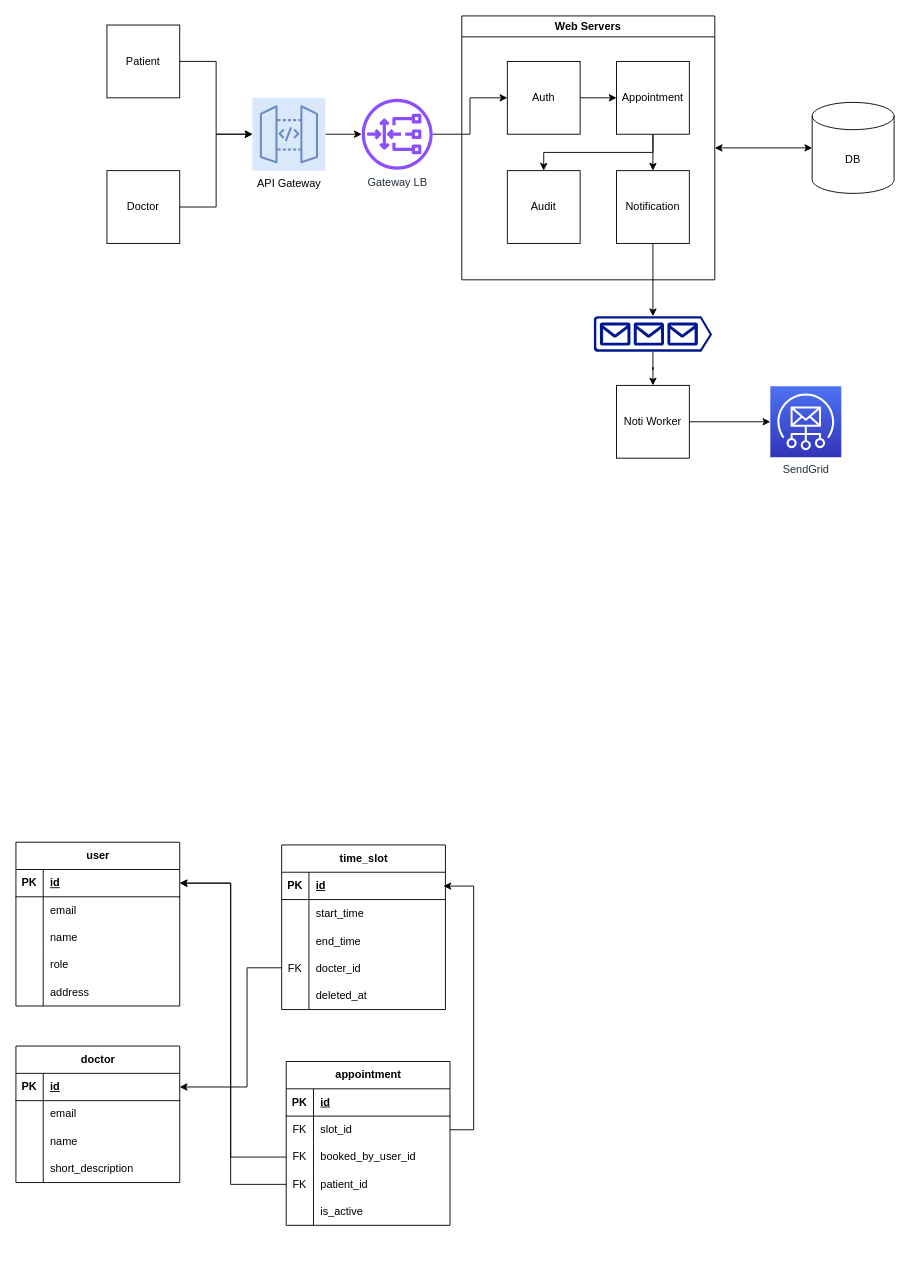
This is projects/clinic_appointment_system/Untitled Diagram.drawio from Nhinlee/system-design-practice, a draw.io file, before an edit. Source tidied: cells renumbered, new cells numbered last; positions are measured from the earlier drawing's top-left corner, leaving out a move shared by most shapes. Both pictures are drawn from the tidied source at 91%, with x=0, y=0 at pixel (15, 15).
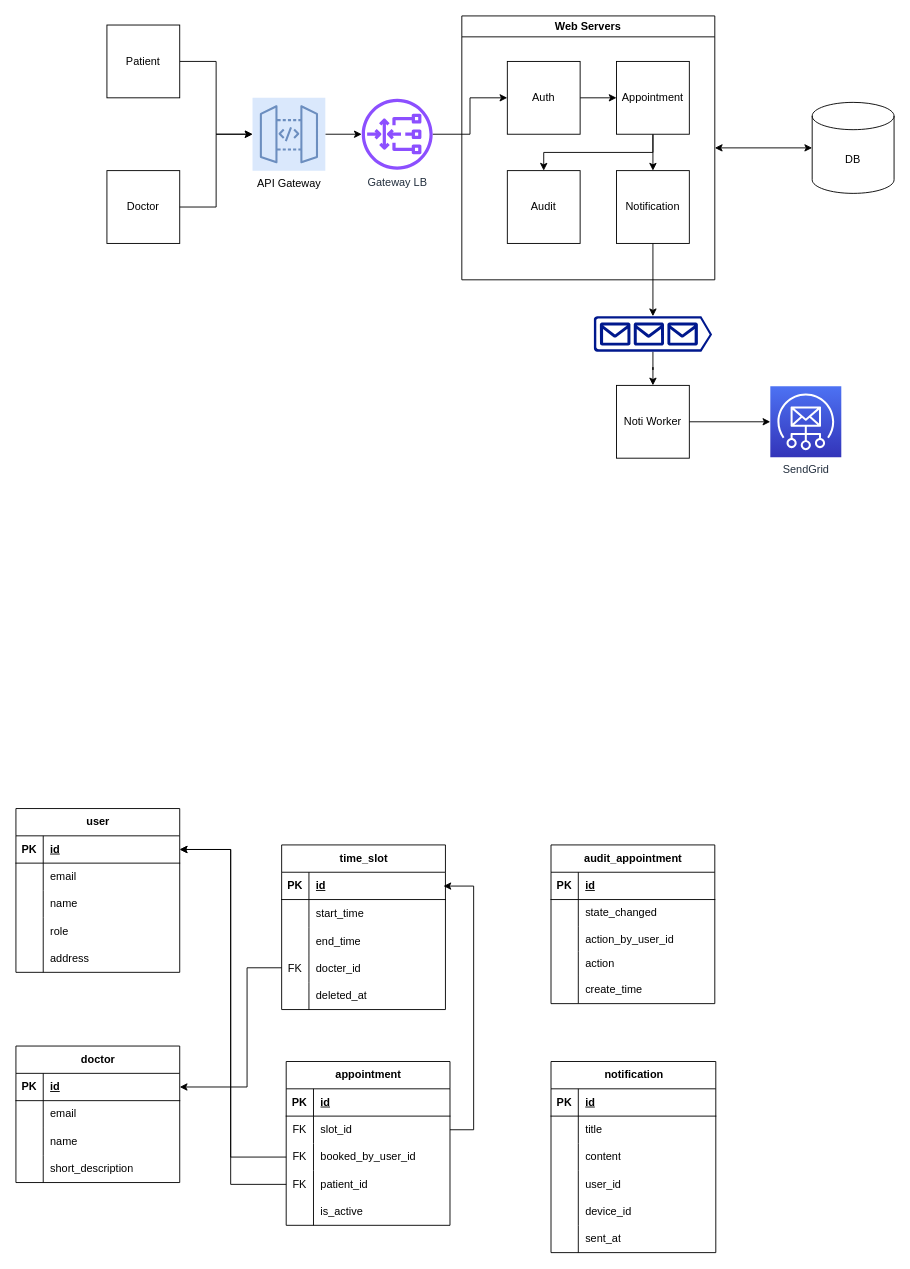
The same page after the edit.

The change refers to these unchanged cells:
```xml
<mxCell id="27" style="shape=tableRow;horizontal=0;startSize=0;swimlaneHead=0;swimlaneBody=0;fillColor=none;points=[[0,0.5],[1,0.5]];portConstraint=eastwest;top=0;left=0;right=0;bottom=1;" parent="26" vertex="1">
  <mxGeometry y="30" width="180" height="30" as="geometry" />
</mxCell>
<mxCell id="39" style="shape=tableRow;horizontal=0;startSize=0;swimlaneHead=0;swimlaneBody=0;fillColor=none;top=0;left=0;right=0;bottom=0;" parent="26" vertex="1">
  <mxGeometry y="150" width="180" height="30" as="geometry" />
</mxCell>
<mxCell id="65" style="shape=tableRow;horizontal=0;startSize=0;swimlaneHead=0;swimlaneBody=0;fillColor=none;points=[[0,0.5],[1,0.5]];portConstraint=eastwest;top=0;left=0;right=0;bottom=0;" parent="58" vertex="1">
  <mxGeometry y="90" width="180" height="30" as="geometry" />
</mxCell>
<mxCell id="68" style="shape=tableRow;horizontal=0;startSize=0;swimlaneHead=0;swimlaneBody=0;fillColor=none;points=[[0,0.5],[1,0.5]];portConstraint=eastwest;top=0;left=0;right=0;bottom=0;" parent="58" vertex="1">
  <mxGeometry y="120" width="180" height="30" as="geometry" />
</mxCell>
```

Change to the diagram source:
```diff
@@
     <mxCell id="26" value="user" style="shape=table;startSize=30;childLayout=tableLayout;rowLines=0;fontStyle=1;align=center;html=1;" parent="1" vertex="1">
-      <mxGeometry y="908" width="180" height="180" as="geometry" />
+      <mxGeometry y="871" width="180" height="180" as="geometry" />
     </mxCell>
@@
-    <mxCell id="40" style="shape=partialRectangle;fillColor=none;top=0;left=0;bottom=0;right=0;overflow=hidden;whiteSpace=wrap;html=1;" parent="39" vertex="1">
-      <mxGeometry width="30" height="30" as="geometry" />
-    </mxCell>
+    <mxCell id="91" style="shape=partialRectangle;fillColor=none;top=0;left=0;bottom=0;right=0;overflow=hidden;whiteSpace=wrap;html=1;" parent="39" vertex="1">
+      <mxGeometry width="30" height="30" as="geometry" />
+    </mxCell>
@@
     <mxCell id="74" style="edgeStyle=orthogonalEdgeStyle;rounded=0;jettySize=auto;html=1;entryX=1;entryY=0.5;entryDx=0;entryDy=0;" parent="1" edge="1" source="68" target="27">
       <mxGeometry relative="1" as="geometry">
         <Array as="points">
           <mxPoint x="236" y="1284" />
-          <mxPoint x="236" y="953" />
+          <mxPoint x="236" y="916" />
         </Array>
       </mxGeometry>
     </mxCell>
     <mxCell id="75" style="edgeStyle=orthogonalEdgeStyle;rounded=0;jettySize=auto;html=1;entryX=1;entryY=0.5;entryDx=0;entryDy=0;" parent="1" edge="1" source="65" target="27">
       <mxGeometry relative="1" as="geometry">
         <Array as="points">
           <mxPoint x="236" y="1254" />
-          <mxPoint x="236" y="953" />
+          <mxPoint x="236" y="916" />
         </Array>
       </mxGeometry>
     </mxCell>
@@
+    <mxCell id="92" value="audit_appointment" style="shape=table;startSize=30;childLayout=tableLayout;rowLines=0;fontStyle=1;align=center;html=1;" parent="1" vertex="1">
+      <mxGeometry x="588" y="911" width="180" height="174.4" as="geometry" />
+    </mxCell>
+    <mxCell id="93" style="shape=tableRow;horizontal=0;startSize=0;swimlaneHead=0;swimlaneBody=0;fillColor=none;top=0;left=0;right=0;bottom=1;" parent="92" vertex="1">
+      <mxGeometry y="30" width="180" height="30" as="geometry" />
+    </mxCell>
+    <mxCell id="94" value="PK" style="shape=partialRectangle;fillColor=none;top=0;left=0;bottom=0;right=0;fontStyle=1;overflow=hidden;whiteSpace=wrap;html=1;" parent="93" vertex="1">
+      <mxGeometry width="30" height="30" as="geometry" />
+    </mxCell>
+    <mxCell id="95" value="id" style="shape=partialRectangle;fillColor=none;top=0;left=0;bottom=0;right=0;align=left;spacingLeft=6;fontStyle=5;overflow=hidden;whiteSpace=wrap;html=1;" parent="93" vertex="1">
+      <mxGeometry x="30" width="150" height="30" as="geometry" />
+    </mxCell>
+    <mxCell id="96" style="shape=tableRow;horizontal=0;startSize=0;swimlaneHead=0;swimlaneBody=0;fillColor=none;top=0;left=0;right=0;bottom=0;" parent="92" vertex="1">
+      <mxGeometry y="60" width="180" height="30" as="geometry" />
+    </mxCell>
+    <mxCell id="97" style="shape=partialRectangle;fillColor=none;top=0;left=0;bottom=0;right=0;overflow=hidden;whiteSpace=wrap;html=1;" parent="96" vertex="1">
+      <mxGeometry width="30" height="30" as="geometry" />
+    </mxCell>
+    <mxCell id="98" value="state_changed" style="shape=partialRectangle;fillColor=none;top=0;left=0;bottom=0;right=0;align=left;spacingLeft=6;overflow=hidden;whiteSpace=wrap;html=1;" parent="96" vertex="1">
+      <mxGeometry x="30" width="150" height="30" as="geometry" />
+    </mxCell>
+    <mxCell id="99" style="shape=tableRow;horizontal=0;startSize=0;swimlaneHead=0;swimlaneBody=0;fillColor=none;top=0;left=0;right=0;bottom=0;" parent="92" vertex="1">
+      <mxGeometry y="90" width="180" height="27" as="geometry" />
+    </mxCell>
+    <mxCell id="100" style="shape=partialRectangle;fillColor=none;top=0;left=0;bottom=0;right=0;overflow=hidden;whiteSpace=wrap;html=1;" parent="99" vertex="1">
+      <mxGeometry width="30" height="27" as="geometry" />
+    </mxCell>
+    <mxCell id="101" value="action_by_user_id" style="shape=partialRectangle;fillColor=none;top=0;left=0;bottom=0;right=0;align=left;spacingLeft=6;overflow=hidden;whiteSpace=wrap;html=1;" parent="99" vertex="1">
+      <mxGeometry x="30" width="150" height="27" as="geometry" />
+    </mxCell>
+    <mxCell id="102" style="shape=tableRow;horizontal=0;startSize=0;swimlaneHead=0;swimlaneBody=0;fillColor=none;top=0;left=0;right=0;bottom=0;" parent="92" vertex="1">
+      <mxGeometry y="117" width="180" height="27" as="geometry" />
+    </mxCell>
+    <mxCell id="103" style="shape=partialRectangle;fillColor=none;top=0;left=0;bottom=0;right=0;overflow=hidden;whiteSpace=wrap;html=1;" parent="102" vertex="1">
+      <mxGeometry width="30" height="27" as="geometry" />
+    </mxCell>
+    <mxCell id="104" value="action" style="shape=partialRectangle;fillColor=none;top=0;left=0;bottom=0;right=0;align=left;spacingLeft=6;overflow=hidden;whiteSpace=wrap;html=1;" parent="102" vertex="1">
+      <mxGeometry x="30" width="150" height="27" as="geometry" />
+    </mxCell>
+    <mxCell id="105" style="shape=tableRow;horizontal=0;startSize=0;swimlaneHead=0;swimlaneBody=0;fillColor=none;top=0;left=0;right=0;bottom=0;" parent="92" vertex="1">
+      <mxGeometry y="144" width="180" height="30" as="geometry" />
+    </mxCell>
+    <mxCell id="106" style="shape=partialRectangle;fillColor=none;top=0;left=0;bottom=0;right=0;overflow=hidden;whiteSpace=wrap;html=1;" parent="105" vertex="1">
+      <mxGeometry width="30" height="30" as="geometry" />
+    </mxCell>
+    <mxCell id="107" value="create_time" style="shape=partialRectangle;fillColor=none;top=0;left=0;bottom=0;right=0;align=left;spacingLeft=6;overflow=hidden;whiteSpace=wrap;html=1;" parent="105" vertex="1">
+      <mxGeometry x="30" width="150" height="30" as="geometry" />
+    </mxCell>
+    <mxCell id="108" value="notification" style="shape=table;startSize=30;childLayout=tableLayout;rowLines=0;fontStyle=1;align=center;html=1;" parent="1" vertex="1">
+      <mxGeometry x="588" y="1149" width="181.1" height="210" as="geometry" />
+    </mxCell>
+    <mxCell id="109" style="shape=tableRow;horizontal=0;startSize=0;swimlaneHead=0;swimlaneBody=0;fillColor=none;top=0;left=0;right=0;bottom=1;" parent="108" vertex="1">
+      <mxGeometry y="30" width="181.1" height="30" as="geometry" />
+    </mxCell>
+    <mxCell id="110" value="PK" style="shape=partialRectangle;fillColor=none;top=0;left=0;bottom=0;right=0;fontStyle=1;overflow=hidden;whiteSpace=wrap;html=1;" parent="109" vertex="1">
+      <mxGeometry width="30" height="30" as="geometry" />
+    </mxCell>
+    <mxCell id="111" value="id" style="shape=partialRectangle;fillColor=none;top=0;left=0;bottom=0;right=0;align=left;spacingLeft=6;fontStyle=5;overflow=hidden;whiteSpace=wrap;html=1;" parent="109" vertex="1">
+      <mxGeometry x="30" width="151.1" height="30" as="geometry" />
+    </mxCell>
+    <mxCell id="112" style="shape=tableRow;horizontal=0;startSize=0;swimlaneHead=0;swimlaneBody=0;fillColor=none;top=0;left=0;right=0;bottom=0;" parent="108" vertex="1">
+      <mxGeometry y="60" width="181.1" height="30" as="geometry" />
+    </mxCell>
+    <mxCell id="113" style="shape=partialRectangle;fillColor=none;top=0;left=0;bottom=0;right=0;overflow=hidden;whiteSpace=wrap;html=1;" parent="112" vertex="1">
+      <mxGeometry width="30" height="30" as="geometry" />
+    </mxCell>
+    <mxCell id="114" value="title" style="shape=partialRectangle;fillColor=none;top=0;left=0;bottom=0;right=0;align=left;spacingLeft=6;overflow=hidden;whiteSpace=wrap;html=1;" parent="112" vertex="1">
+      <mxGeometry x="30" width="151.1" height="30" as="geometry" />
+    </mxCell>
+    <mxCell id="115" style="shape=tableRow;horizontal=0;startSize=0;swimlaneHead=0;swimlaneBody=0;fillColor=none;top=0;left=0;right=0;bottom=0;" parent="108" vertex="1">
+      <mxGeometry y="90" width="181.1" height="30" as="geometry" />
+    </mxCell>
+    <mxCell id="116" style="shape=partialRectangle;fillColor=none;top=0;left=0;bottom=0;right=0;overflow=hidden;whiteSpace=wrap;html=1;" parent="115" vertex="1">
+      <mxGeometry width="30" height="30" as="geometry" />
+    </mxCell>
+    <mxCell id="117" value="content" style="shape=partialRectangle;fillColor=none;top=0;left=0;bottom=0;right=0;align=left;spacingLeft=6;overflow=hidden;whiteSpace=wrap;html=1;" parent="115" vertex="1">
+      <mxGeometry x="30" width="151.1" height="30" as="geometry" />
+    </mxCell>
+    <mxCell id="118" style="shape=tableRow;horizontal=0;startSize=0;swimlaneHead=0;swimlaneBody=0;fillColor=none;top=0;left=0;right=0;bottom=0;" parent="108" vertex="1">
+      <mxGeometry y="120" width="181.1" height="30" as="geometry" />
+    </mxCell>
+    <mxCell id="119" style="shape=partialRectangle;fillColor=none;top=0;left=0;bottom=0;right=0;overflow=hidden;whiteSpace=wrap;html=1;" parent="118" vertex="1">
+      <mxGeometry width="30" height="30" as="geometry" />
+    </mxCell>
+    <mxCell id="120" value="user_id" style="shape=partialRectangle;fillColor=none;top=0;left=0;bottom=0;right=0;align=left;spacingLeft=6;overflow=hidden;whiteSpace=wrap;html=1;" parent="118" vertex="1">
+      <mxGeometry x="30" width="151.1" height="30" as="geometry" />
+    </mxCell>
+    <mxCell id="121" style="shape=tableRow;horizontal=0;startSize=0;swimlaneHead=0;swimlaneBody=0;fillColor=none;top=0;left=0;right=0;bottom=0;" parent="108" vertex="1">
+      <mxGeometry y="150" width="181.1" height="30" as="geometry" />
+    </mxCell>
+    <mxCell id="122" style="shape=partialRectangle;fillColor=none;top=0;left=0;bottom=0;right=0;overflow=hidden;whiteSpace=wrap;html=1;" parent="121" vertex="1">
+      <mxGeometry width="30" height="30" as="geometry" />
+    </mxCell>
+    <mxCell id="123" value="device_id" style="shape=partialRectangle;fillColor=none;top=0;left=0;bottom=0;right=0;align=left;spacingLeft=6;overflow=hidden;whiteSpace=wrap;html=1;" parent="121" vertex="1">
+      <mxGeometry x="30" width="151.1" height="30" as="geometry" />
+    </mxCell>
+    <mxCell id="124" style="shape=tableRow;horizontal=0;startSize=0;swimlaneHead=0;swimlaneBody=0;fillColor=none;top=0;left=0;right=0;bottom=0;" parent="108" vertex="1">
+      <mxGeometry y="180" width="181.1" height="30" as="geometry" />
+    </mxCell>
+    <mxCell id="125" style="shape=partialRectangle;fillColor=none;top=0;left=0;bottom=0;right=0;overflow=hidden;whiteSpace=wrap;html=1;" parent="124" vertex="1">
+      <mxGeometry width="30" height="30" as="geometry" />
+    </mxCell>
+    <mxCell id="126" value="sent_at" style="shape=partialRectangle;fillColor=none;top=0;left=0;bottom=0;right=0;align=left;spacingLeft=6;overflow=hidden;whiteSpace=wrap;html=1;" parent="124" vertex="1">
+      <mxGeometry x="30" width="151.1" height="30" as="geometry" />
+    </mxCell>
```
